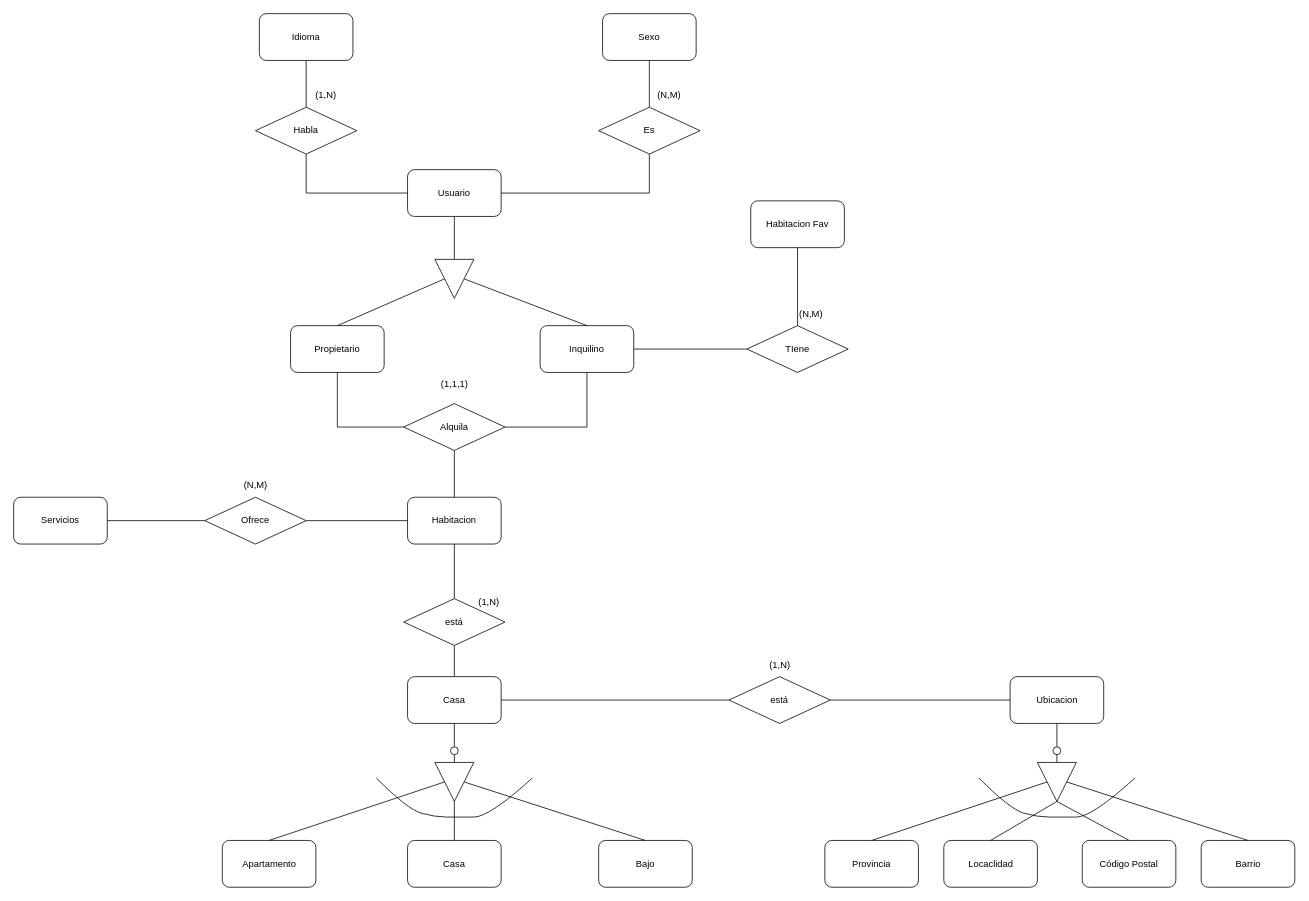
This is ER_Rooming.drawio from samuelcrb/Rooming, a draw.io file, before an edit. Source tidied: cells renumbered, new cells numbered last; positions are measured from the earlier drawing's top-left corner, leaving out a move shared by most shapes. Both pictures are drawn from the tidied source at 78%, with x=0, y=0 at pixel (13, 13).
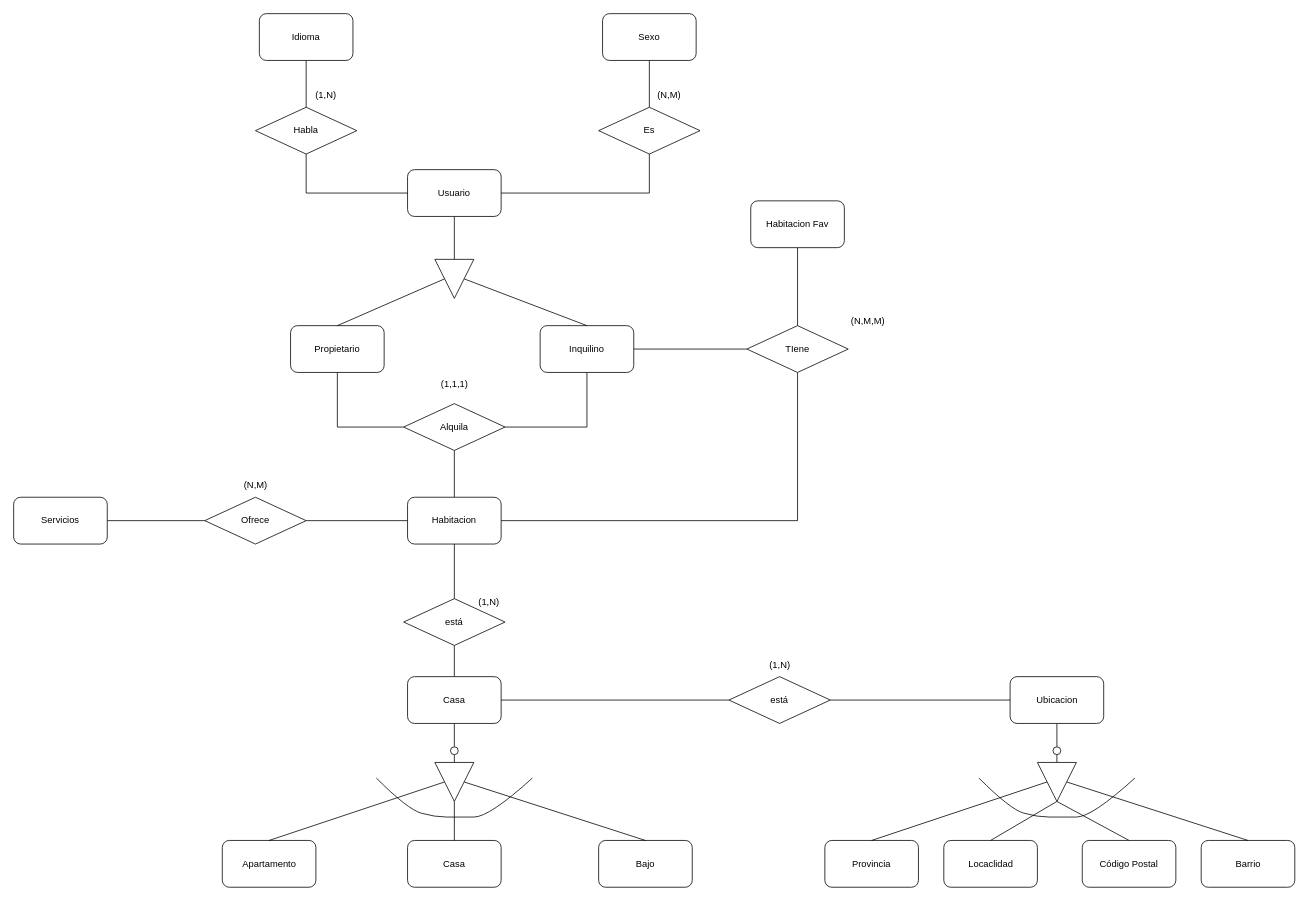
The same diagram, later.

Unchanged cells that the change refers to:
```xml
<mxCell id="14" value="Habitacion" style="rounded=1;whiteSpace=wrap;html=1;" parent="1" vertex="1">
  <mxGeometry x="505" y="620" width="120" height="60" as="geometry" />
</mxCell>
<mxCell id="27" value="TIene" style="rhombus;whiteSpace=wrap;html=1;" parent="1" vertex="1">
  <mxGeometry x="940" y="400" width="130" height="60" as="geometry" />
</mxCell>
```

Diff of the diagram source:
```diff
@@
+    <mxCell id="69" style="edgeStyle=orthogonalEdgeStyle;rounded=0;jettySize=auto;html=1;entryX=0.5;entryY=1;entryDx=0;entryDy=0;endArrow=none;endFill=0;" parent="1" edge="1" source="14" target="27">
+      <mxGeometry relative="1" as="geometry" />
+    </mxCell>
@@
-    <mxCell id="29" value="(N,M)" style="text;html=1;align=center;verticalAlign=middle;strokeColor=none;fillColor=none;" parent="1" vertex="1">
-      <mxGeometry x="997" y="370" width="50" height="30" as="geometry" />
+    <mxCell id="29" value="(N,M,M)" style="text;html=1;align=center;verticalAlign=middle;strokeColor=none;fillColor=none;" parent="1" vertex="1">
+      <mxGeometry x="1065" y="380" width="60" height="30" as="geometry" />
     </mxCell>
```
